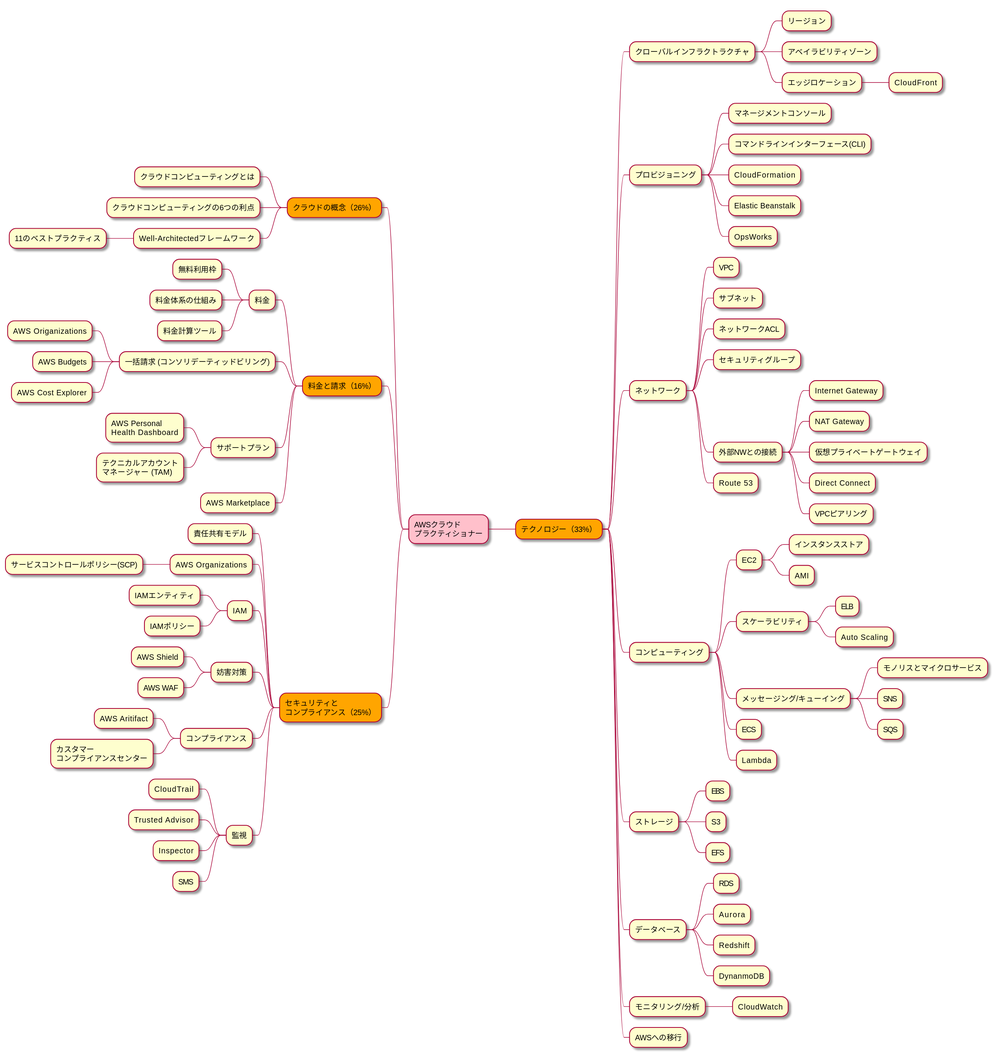
This is cloud-practitioner/assets/exam-coverage.svg from uents/aws-training, a PlantUML export, as it was before one commit. The source it was exported from:
```plantuml
@startmindmap
-[#Pink] AWSクラウド\nプラクティショナー

--[#Orange] クラウドの概念（26%）
--- クラウドコンピューティングとは
--- クラウドコンピューティングの6つの利点
--- Well-Architectedフレームワーク
---- 11のベストプラクティス

--[#Orange] 料金と請求（16%）
--- 料金
---- 無料利用枠
---- 料金体系の仕組み
---- 料金計算ツール

--- 一括請求 (コンソリデーティッドビリング)
---- AWS Origanizations
---- AWS Budgets
---- AWS Cost Explorer

--- サポートプラン
---- AWS Personal\nHealth Dashboard
---- テクニカルアカウント\nマネージャー (TAM)
--- AWS Marketplace

--[#Orange] セキュリティと\nコンプライアンス（25%）
--- 責任共有モデル

--- AWS Organizations
---- サービスコントロールポリシー(SCP)

--- IAM
---- IAMエンティティ
---- IAMポリシー

--- 妨害対策
---- AWS Shield
---- AWS WAF

--- コンプライアンス
---- AWS Aritifact
---- カスタマー\nコンプライアンスセンター

--- 監視
---- CloudTrail
---- Trusted Advisor
---- Inspector
---- SMS

++[#Orange] テクノロジー（33%）
+++ クローバルインフラクトラクチャ
++++ リージョン
++++ アベイラビリティゾーン
++++ エッジロケーション
+++++ CloudFront

+++ プロビジョニング
++++ マネージメントコンソール
++++ コマンドラインインターフェース(CLI)
++++ CloudFormation
++++ Elastic Beanstalk
++++ OpsWorks

+++ ネットワーク
++++ VPC
++++ サブネット
++++ ネットワークACL
++++ セキュリティグループ
++++ 外部NWとの接続
+++++ Internet Gateway
+++++ NAT Gateway
+++++ 仮想プライベートゲートウェイ
+++++ Direct Connect
+++++ VPCピアリング
++++ Route 53

+++ コンピューティング
++++ EC2
+++++ インスタンスストア
+++++ AMI
++++ スケーラビリティ
+++++ ELB
+++++ Auto Scaling

++++ メッセージング/キューイング
+++++ モノリスとマイクロサービス
+++++ SNS
+++++ SQS

++++ ECS
++++ Lambda

+++ ストレージ
++++ EBS
++++ S3
++++ EFS

+++ データベース
++++ RDS
++++ Aurora
++++ Redshift
++++ DynanmoDB

+++ モニタリング/分析
++++ CloudWatch

+++ AWSへの移行

@endmindmap
```
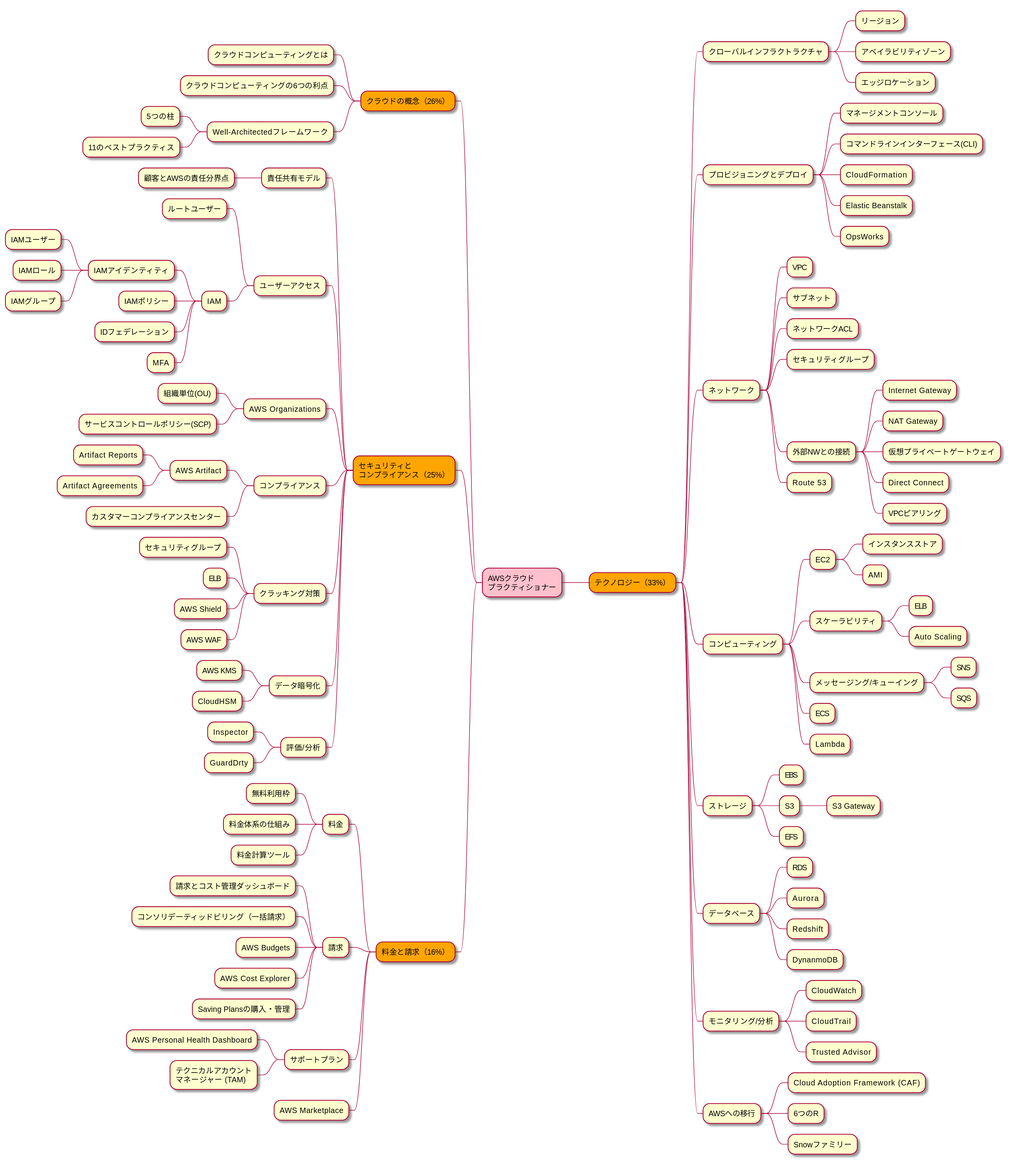
After the change.

Diff of the diagram source:
```diff
@@ -5,7 +5,47 @@
 --- クラウドコンピューティングとは
 --- クラウドコンピューティングの6つの利点
 --- Well-Architectedフレームワーク
+---- 5つの柱
 ---- 11のベストプラクティス
+
+--[#Orange] セキュリティと\nコンプライアンス（25%）
+--- 責任共有モデル
+---- 顧客とAWSの責任分界点
+
+--- ユーザーアクセス
+---- ルートユーザー
+---- IAM
+----- IAMアイデンティティ
+------ IAMユーザー
+------ IAMロール
+------ IAMグループ
+----- IAMポリシー
+----- IDフェデレーション
+----- MFA
+
+--- AWS Organizations
+---- 組織単位(OU)
+---- サービスコントロールポリシー(SCP)
+
+--- コンプライアンス
+---- AWS Artifact
+----- Artifact Reports
+----- Artifact Agreements
+---- カスタマーコンプライアンスセンター
+
+--- クラッキング対策
+---- セキュリティグループ
+---- ELB
+---- AWS Shield
+---- AWS WAF
+
+--- データ暗号化
+---- AWS KMS
+---- CloudHSM
+
+--- 評価/分析
+---- Inspector
+---- GuardDrty
 
 --[#Orange] 料金と請求（16%）
 --- 料金
@@ -13,48 +53,25 @@
 ---- 料金体系の仕組み
 ---- 料金計算ツール
 
---- 一括請求 (コンソリデーティッドビリング)
----- AWS Origanizations
+--- 請求
+---- 請求とコスト管理ダッシュボード
+---- コンソリデーティッドビリング（一括請求）
 ---- AWS Budgets
 ---- AWS Cost Explorer
+---- Saving Plansの購入・管理
 
 --- サポートプラン
----- AWS Personal\nHealth Dashboard
+---- AWS Personal Health Dashboard
 ---- テクニカルアカウント\nマネージャー (TAM)
 --- AWS Marketplace
-
---[#Orange] セキュリティと\nコンプライアンス（25%）
---- 責任共有モデル
-
---- AWS Organizations
----- サービスコントロールポリシー(SCP)
-
---- IAM
----- IAMエンティティ
----- IAMポリシー
-
---- 妨害対策
----- AWS Shield
----- AWS WAF
-
---- コンプライアンス
----- AWS Aritifact
----- カスタマー\nコンプライアンスセンター
-
---- 監視
----- CloudTrail
----- Trusted Advisor
----- Inspector
----- SMS
 
 ++[#Orange] テクノロジー（33%）
 +++ クローバルインフラクトラクチャ
 ++++ リージョン
 ++++ アベイラビリティゾーン
 ++++ エッジロケーション
-+++++ CloudFront
 
-+++ プロビジョニング
++++ プロビジョニングとデプロイ
 ++++ マネージメントコンソール
 ++++ コマンドラインインターフェース(CLI)
 ++++ CloudFormation
@@ -83,7 +100,6 @@
 +++++ Auto Scaling
 
 ++++ メッセージング/キューイング
-+++++ モノリスとマイクロサービス
 +++++ SNS
 +++++ SQS
 
@@ -93,6 +109,7 @@
 +++ ストレージ
 ++++ EBS
 ++++ S3
++++++ S3 Gateway
 ++++ EFS
 
 +++ データベース
@@ -103,7 +120,12 @@
 
 +++ モニタリング/分析
 ++++ CloudWatch
+++++ CloudTrail
+++++ Trusted Advisor
 
 +++ AWSへの移行
+++++ Cloud Adoption Framework (CAF)
+++++ 6つのR
+++++ Snowファミリー
 
 @endmindmap
```
